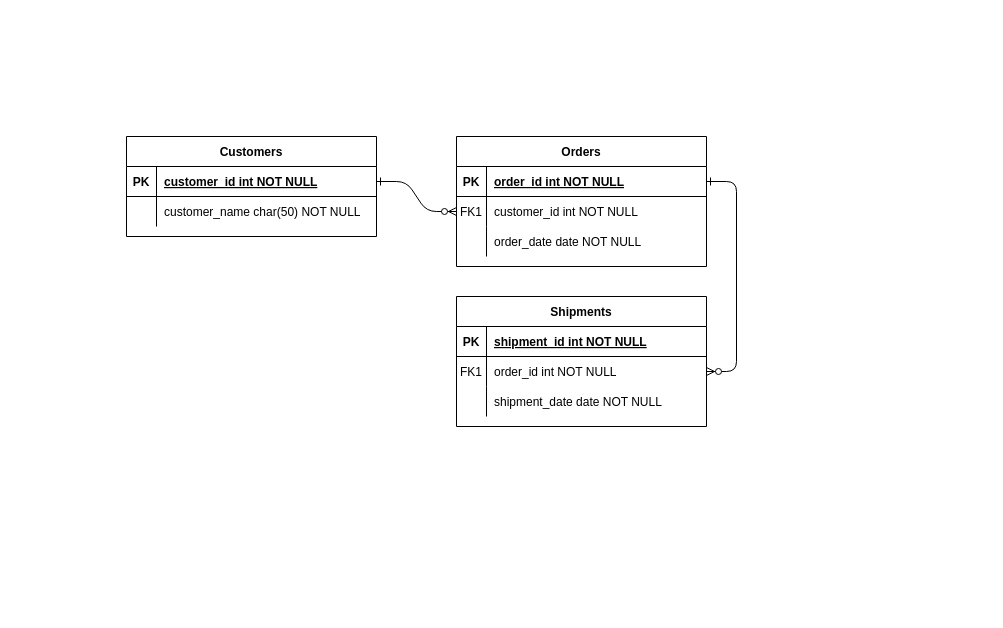
Before: Untitled Diagram.drawio in Deblintrake09/InmobiliariaNET, a draw.io diagram. Source tidied: cells renumbered, new cells numbered last; positions are measured from the earlier drawing's top-left corner, leaving out a move shared by most shapes. Both pictures are drawn from the tidied source at 100%, with x=0, y=0 at pixel (126, 136).
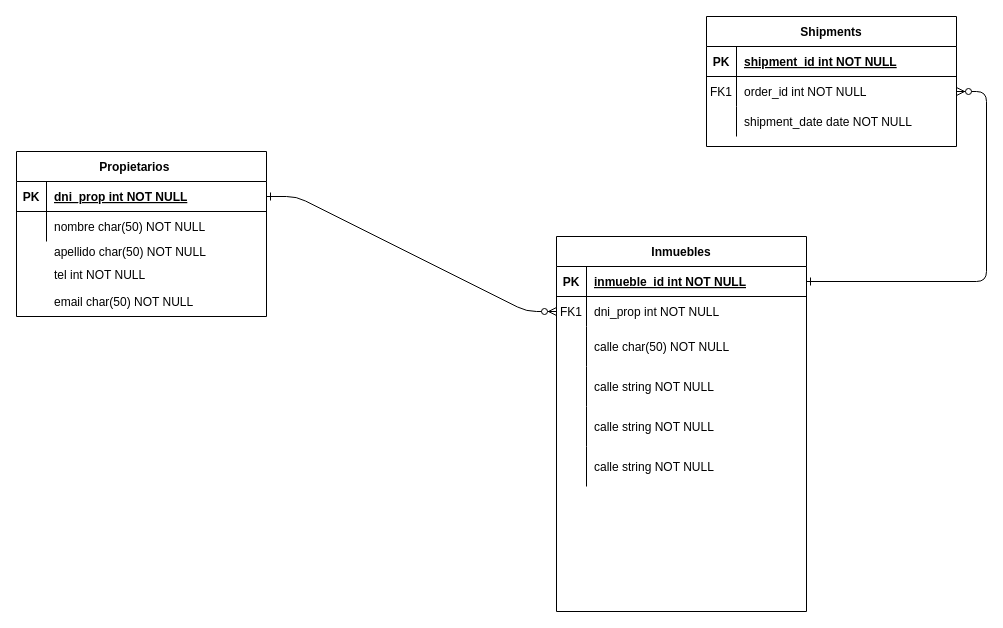
After the change.

Unchanged cells that the change refers to:
```xml
<mxCell id="5" style="shape=partialRectangle;fillColor=none;points=[[0,0.5],[1,0.5]];portConstraint=eastwest;top=0;left=0;right=0;bottom=1;" parent="4" vertex="1">
  <mxGeometry y="30" width="250" height="30" as="geometry" />
</mxCell>
<mxCell id="8" style="shape=partialRectangle;fillColor=none;points=[[0,0.5],[1,0.5]];portConstraint=eastwest;top=0;left=0;right=0;bottom=0;" parent="4" vertex="1">
  <mxGeometry y="60" width="250" height="30" as="geometry" />
</mxCell>
<mxCell id="25" style="shape=partialRectangle;fillColor=none;points=[[0,0.5],[1,0.5]];portConstraint=eastwest;top=0;left=0;right=0;bottom=1;" parent="24" vertex="1">
  <mxGeometry y="30" width="250" height="30" as="geometry" />
</mxCell>
<mxCell id="28" style="shape=partialRectangle;fillColor=none;top=0;left=0;right=0;bottom=0;" parent="24" vertex="1">
  <mxGeometry y="60" width="250" height="30" as="geometry" />
</mxCell>
```

The edit, as a diff of the source:
```diff
@@
-    <mxCell id="4" value="Orders" style="shape=table;startSize=30;childLayout=tableLayout;rowLines=0;fontStyle=1;align=center;" parent="1" vertex="1">
-      <mxGeometry x="330" width="250" height="130" as="geometry" />
+    <mxCell id="4" value="Inmuebles" style="shape=table;startSize=30;childLayout=tableLayout;rowLines=0;fontStyle=1;align=center;" parent="1" vertex="1">
+      <mxGeometry x="430" y="100" width="250" height="375" as="geometry" />
     </mxCell>
@@
-    <mxCell id="7" value="order_id int NOT NULL " style="shape=partialRectangle;overflow=hidden;fillColor=none;top=0;left=0;bottom=0;right=0;align=left;spacingLeft=6;fontStyle=5;" parent="5" vertex="1">
+    <mxCell id="7" value="inmueble_id int NOT NULL " style="shape=partialRectangle;overflow=hidden;fillColor=none;top=0;left=0;bottom=0;right=0;align=left;spacingLeft=6;fontStyle=5;" parent="5" vertex="1">
       <mxGeometry x="30" width="220" height="30" as="geometry" />
     </mxCell>
@@
-    <mxCell id="10" value="customer_id int NOT NULL" style="shape=partialRectangle;overflow=hidden;fillColor=none;top=0;left=0;bottom=0;right=0;align=left;spacingLeft=6;" parent="8" vertex="1">
+    <mxCell id="10" value="dni_prop int NOT NULL" style="shape=partialRectangle;overflow=hidden;fillColor=none;top=0;left=0;bottom=0;right=0;align=left;spacingLeft=6;" parent="8" vertex="1">
       <mxGeometry x="30" width="220" height="30" as="geometry" />
     </mxCell>
     <mxCell id="11" style="shape=partialRectangle;fillColor=none;top=0;left=0;right=0;bottom=0;" parent="4" vertex="1">
-      <mxGeometry y="90" width="250" height="30" as="geometry" />
+      <mxGeometry y="90" width="250" height="40" as="geometry" />
     </mxCell>
     <mxCell id="12" style="shape=partialRectangle;overflow=hidden;fillColor=none;top=0;left=0;bottom=0;right=0;" parent="11" vertex="1">
-      <mxGeometry width="30" height="30" as="geometry" />
+      <mxGeometry width="30" height="40" as="geometry" />
     </mxCell>
-    <mxCell id="13" value="order_date date NOT NULL" style="shape=partialRectangle;overflow=hidden;fillColor=none;top=0;left=0;bottom=0;right=0;align=left;spacingLeft=6;" parent="11" vertex="1">
-      <mxGeometry x="30" width="220" height="30" as="geometry" />
+    <mxCell id="13" value="calle char(50) NOT NULL" style="shape=partialRectangle;overflow=hidden;fillColor=none;top=0;left=0;bottom=0;right=0;align=left;spacingLeft=6;" parent="11" vertex="1">
+      <mxGeometry x="30" width="220" height="40" as="geometry" />
     </mxCell>
+    <mxCell id="31" style="shape=partialRectangle;fillColor=none;top=0;left=0;right=0;bottom=0;" parent="4" vertex="1">
+      <mxGeometry y="130" width="250" height="40" as="geometry" />
+    </mxCell>
+    <mxCell id="32" style="shape=partialRectangle;overflow=hidden;fillColor=none;top=0;left=0;bottom=0;right=0;" parent="31" vertex="1">
+      <mxGeometry width="30" height="40" as="geometry" />
+    </mxCell>
+    <mxCell id="33" value="calle string NOT NULL" style="shape=partialRectangle;overflow=hidden;fillColor=none;top=0;left=0;bottom=0;right=0;align=left;spacingLeft=6;" parent="31" vertex="1">
+      <mxGeometry x="30" width="220" height="40" as="geometry" />
+    </mxCell>
+    <mxCell id="34" style="shape=partialRectangle;fillColor=none;top=0;left=0;right=0;bottom=0;" parent="4" vertex="1">
+      <mxGeometry y="170" width="250" height="40" as="geometry" />
+    </mxCell>
+    <mxCell id="35" style="shape=partialRectangle;overflow=hidden;fillColor=none;top=0;left=0;bottom=0;right=0;" parent="34" vertex="1">
+      <mxGeometry width="30" height="40" as="geometry" />
+    </mxCell>
+    <mxCell id="36" value="calle string NOT NULL" style="shape=partialRectangle;overflow=hidden;fillColor=none;top=0;left=0;bottom=0;right=0;align=left;spacingLeft=6;" parent="34" vertex="1">
+      <mxGeometry x="30" width="220" height="40" as="geometry" />
+    </mxCell>
+    <mxCell id="37" style="shape=partialRectangle;fillColor=none;top=0;left=0;right=0;bottom=0;" parent="4" vertex="1">
+      <mxGeometry y="210" width="250" height="40" as="geometry" />
+    </mxCell>
+    <mxCell id="38" style="shape=partialRectangle;overflow=hidden;fillColor=none;top=0;left=0;bottom=0;right=0;" parent="37" vertex="1">
+      <mxGeometry width="30" height="40" as="geometry" />
+    </mxCell>
+    <mxCell id="39" value="calle string NOT NULL" style="shape=partialRectangle;overflow=hidden;fillColor=none;top=0;left=0;bottom=0;right=0;align=left;spacingLeft=6;" parent="37" vertex="1">
+      <mxGeometry x="30" width="220" height="40" as="geometry" />
+    </mxCell>
     <mxCell id="14" value="Shipments" style="shape=table;startSize=30;childLayout=tableLayout;rowLines=0;fontStyle=1;align=center;" parent="1" vertex="1">
-      <mxGeometry x="330" y="160" width="250" height="130" as="geometry" />
+      <mxGeometry x="580" y="-120" width="250" height="130" as="geometry" />
     </mxCell>
@@
-    <mxCell id="24" value="Customers" style="shape=table;startSize=30;childLayout=tableLayout;rowLines=0;fontStyle=1;align=center;" parent="1" vertex="1">
-      <mxGeometry width="250" height="100" as="geometry" />
+    <mxCell id="24" value="Propietarios    " style="shape=table;startSize=30;childLayout=tableLayout;rowLines=0;fontStyle=1;align=center;" parent="1" vertex="1">
+      <mxGeometry x="-110" y="15" width="250" height="165" as="geometry" />
     </mxCell>
@@
-    <mxCell id="27" value="customer_id int NOT NULL " style="shape=partialRectangle;overflow=hidden;fillColor=none;top=0;left=0;bottom=0;right=0;align=left;spacingLeft=6;fontStyle=5;" parent="25" vertex="1">
+    <mxCell id="27" value="dni_prop int NOT NULL " style="shape=partialRectangle;overflow=hidden;fillColor=none;top=0;left=0;bottom=0;right=0;align=left;spacingLeft=6;fontStyle=5;" parent="25" vertex="1">
       <mxGeometry x="30" width="220" height="30" as="geometry" />
     </mxCell>
@@
-    <mxCell id="30" value="customer_name char(50) NOT NULL" style="shape=partialRectangle;overflow=hidden;fillColor=none;top=0;left=0;bottom=0;right=0;align=left;spacingLeft=6;" parent="28" vertex="1">
+    <mxCell id="30" value="nombre char(50) NOT NULL" style="shape=partialRectangle;overflow=hidden;fillColor=none;top=0;left=0;bottom=0;right=0;align=left;spacingLeft=6;" parent="28" vertex="1">
       <mxGeometry x="30" width="220" height="30" as="geometry" />
     </mxCell>
+    <mxCell id="40" value="apellido char(50) NOT NULL" style="shape=partialRectangle;overflow=hidden;fillColor=none;top=0;left=0;bottom=0;right=0;align=left;spacingLeft=6;" parent="1" vertex="1">
+      <mxGeometry x="-80" y="100" width="220" height="30" as="geometry" />
+    </mxCell>
+    <mxCell id="41" value="tel int NOT NULL" style="shape=partialRectangle;overflow=hidden;fillColor=none;top=0;left=0;bottom=0;right=0;align=left;spacingLeft=6;" parent="1" vertex="1">
+      <mxGeometry x="-80" y="122.5" width="220" height="30" as="geometry" />
+    </mxCell>
+    <mxCell id="42" value="email char(50) NOT NULL" style="shape=partialRectangle;overflow=hidden;fillColor=none;top=0;left=0;bottom=0;right=0;align=left;spacingLeft=6;" parent="1" vertex="1">
+      <mxGeometry x="-80" y="150" width="220" height="30" as="geometry" />
+    </mxCell>
```
